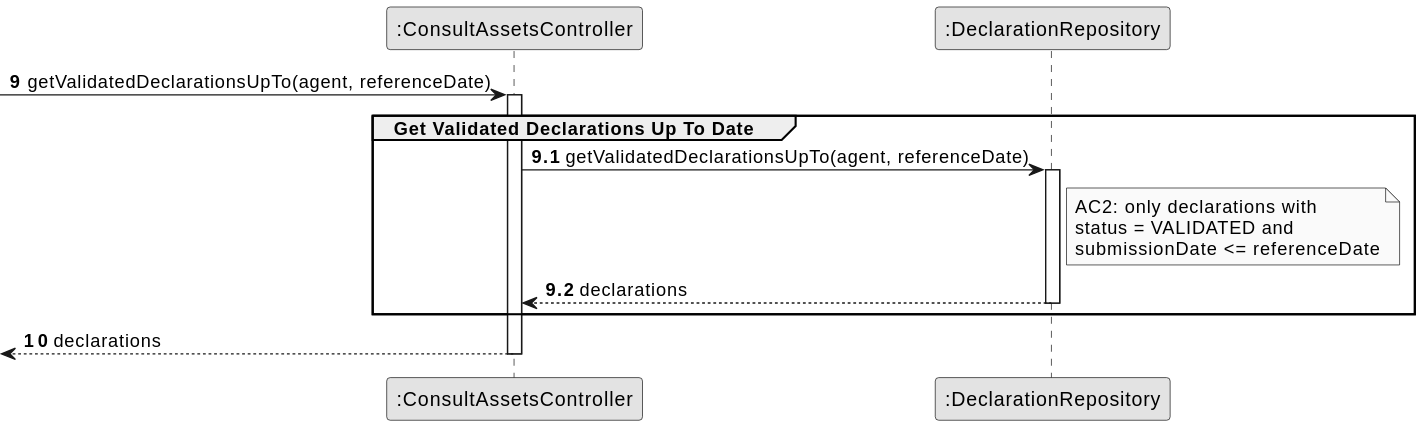
Before: docs/system-documentation/US11/03.design/svg/US11-SD-partial-get-validated-declarations-up-to.svg, a diagram exported from PlantUML (brunodspinto/crystal-clear-platform). Source of this version:
```plantuml
@startuml
skinparam monochrome true
skinparam packageStyle rectangle
skinparam shadowing false

autonumber

participant ":ConsultAssetsController" as CTRL
participant ":DeclarationRepository" as DR

autonumber 9
 -> CTRL : getValidatedDeclarationsUpTo(agent, referenceDate)
autonumber 9.1
activate CTRL
    group Get Validated Declarations Up To Date

        CTRL -> DR : getValidatedDeclarationsUpTo(agent, referenceDate)
        activate DR

            note right of DR
                AC2: only declarations with
                status = VALIDATED and
                submissionDate <= referenceDate
            end note

            DR --> CTRL : declarations
        deactivate DR

    end
    autonumber 10
    <-- CTRL : declarations
deactivate CTRL
@enduml
```
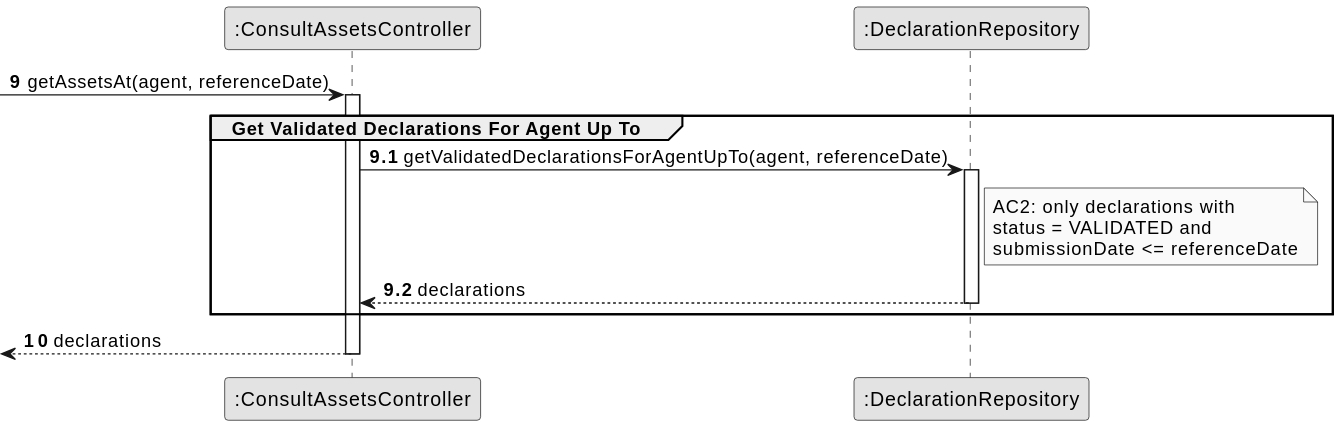
After the commit.

Diff of the diagram source:
```diff
@@ -9,12 +9,12 @@
 participant ":DeclarationRepository" as DR
 
 autonumber 9
- -> CTRL : getValidatedDeclarationsUpTo(agent, referenceDate)
+ -> CTRL : getAssetsAt(agent, referenceDate)
 autonumber 9.1
 activate CTRL
-    group Get Validated Declarations Up To Date
+    group Get Validated Declarations For Agent Up To
 
-        CTRL -> DR : getValidatedDeclarationsUpTo(agent, referenceDate)
+        CTRL -> DR : getValidatedDeclarationsForAgentUpTo(agent, referenceDate)
         activate DR
 
             note right of DR
```
